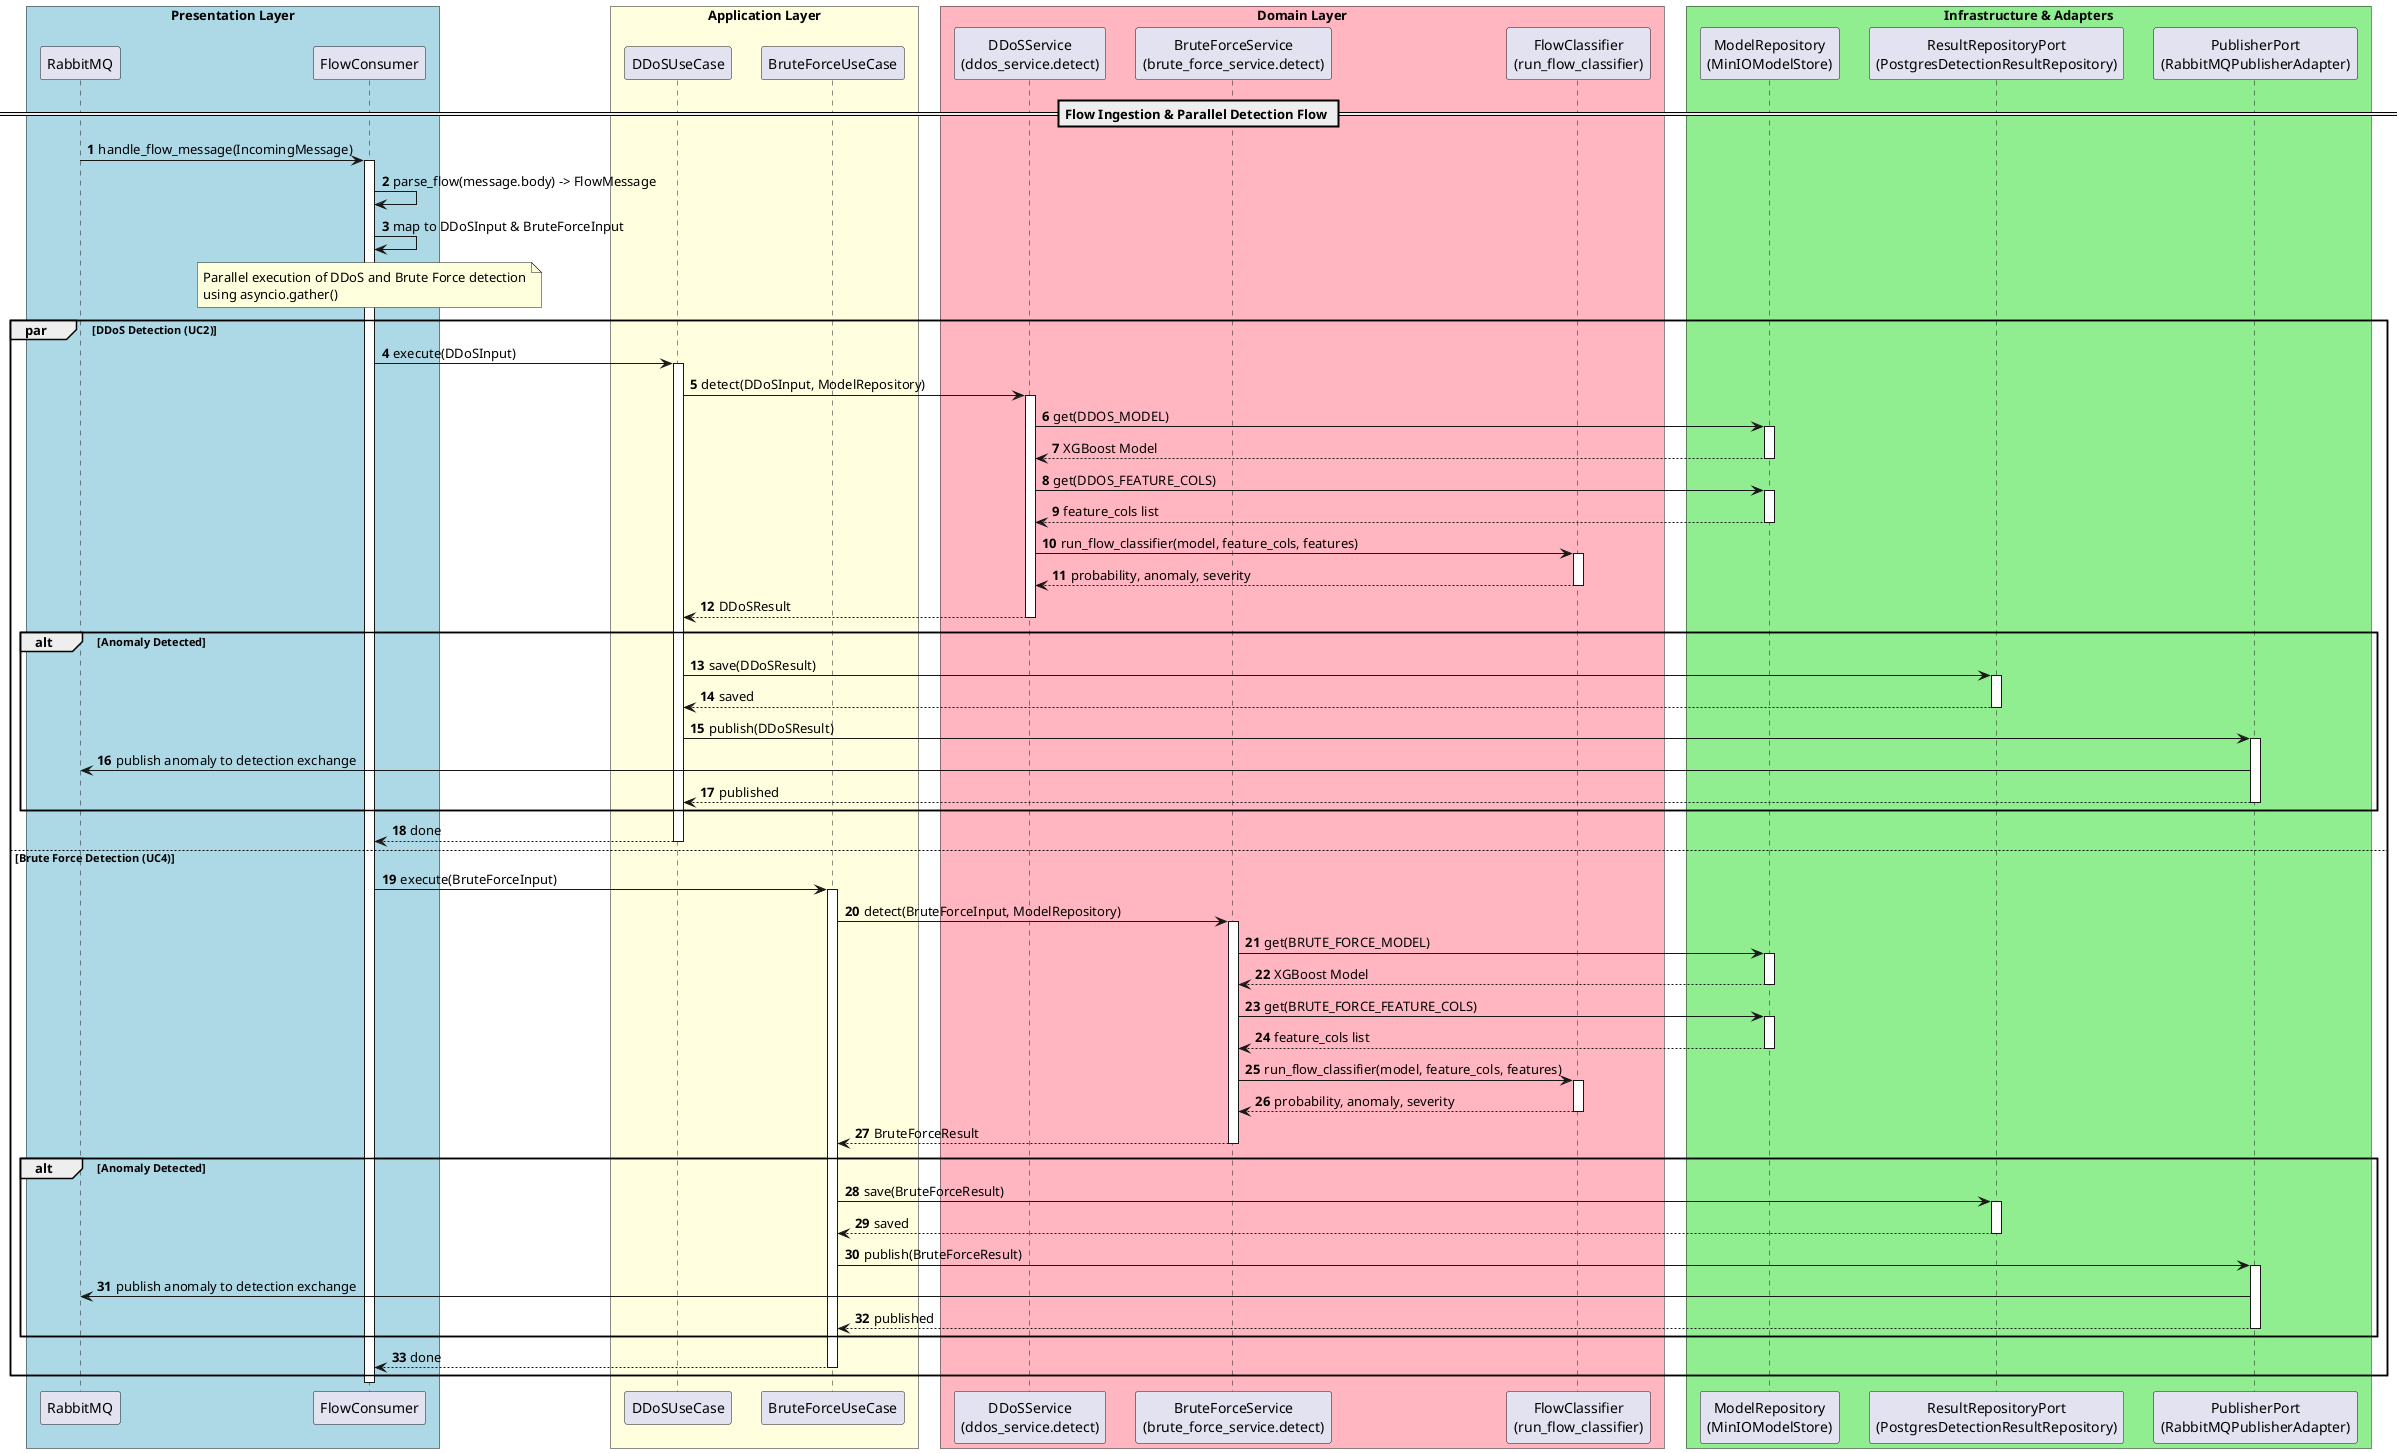
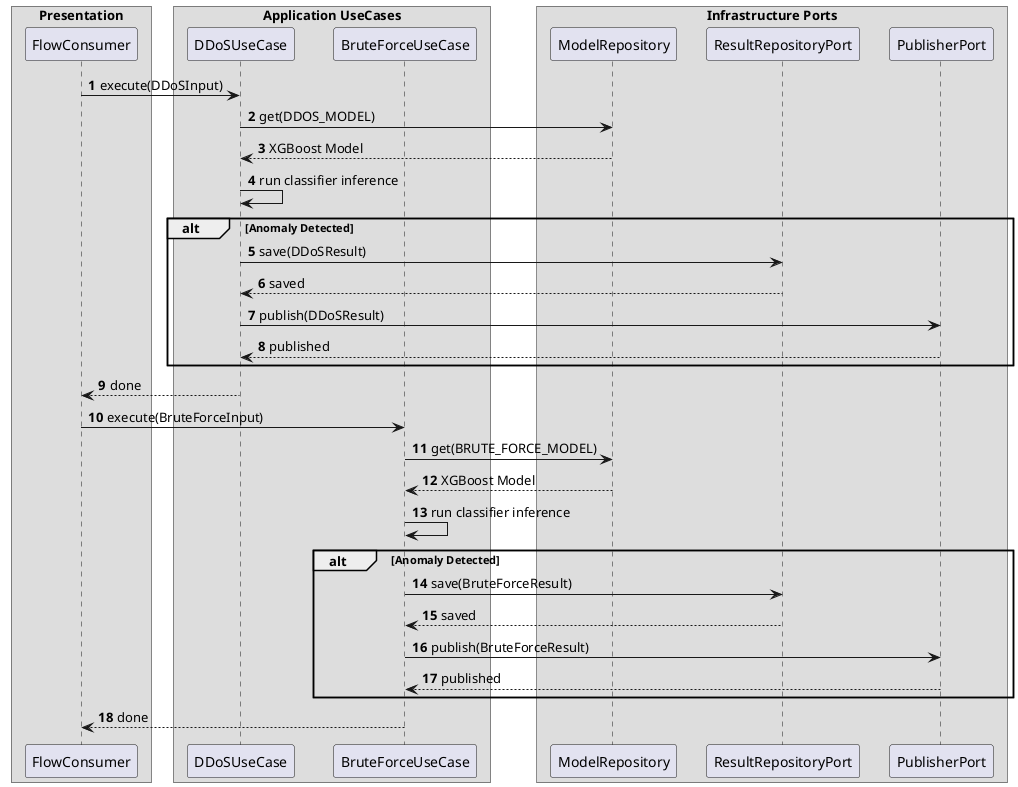
@startuml sequence-network-flow-uc2-uc4
autonumber
skinparam BoxPadding 10
skinparam ParticipantPadding 10

- box "Presentation Layer" #LightBlue
- participant "RabbitMQ" as MQ
+ box "Presentation"
participant "FlowConsumer" as Consumer
end box

- box "Application Layer" #LightYellow
+ box "Application UseCases"
participant "DDoSUseCase" as DDoS_UC
participant "BruteForceUseCase" as BF_UC
end box

- box "Domain Layer" #LightPink
- participant "DDoSService\n(ddos_service.detect)" as DDoS_Svc
- participant "BruteForceService\n(brute_force_service.detect)" as BF_Svc
- participant "FlowClassifier\n(run_flow_classifier)" as Classifier
+ box "Infrastructure Ports"
+ participant "ModelRepository" as ModelStore
+ participant "ResultRepositoryPort" as ResultRepo
+ participant "PublisherPort" as Publisher
end box

- box "Infrastructure & Adapters" #LightGreen
- participant "ModelRepository\n(MinIOModelStore)" as ModelStore
- participant "ResultRepositoryPort\n(PostgresDetectionResultRepository)" as ResultRepo
- participant "PublisherPort\n(RabbitMQPublisherAdapter)" as Publisher
- end box
+ Consumer -> DDoS_UC : execute(DDoSInput)
+ DDoS_UC -> ModelStore : get(DDOS_MODEL)
+ ModelStore --> DDoS_UC : XGBoost Model
+ DDoS_UC -> DDoS_UC : run classifier inference
+ alt Anomaly Detected
+     DDoS_UC -> ResultRepo : save(DDoSResult)
+     ResultRepo --> DDoS_UC : saved
+     DDoS_UC -> Publisher : publish(DDoSResult)
+     Publisher --> DDoS_UC : published
+ end
+ DDoS_UC --> Consumer : done

- == Flow Ingestion & Parallel Detection Flow ==
- 
- MQ -> Consumer : handle_flow_message(IncomingMessage)
- activate Consumer
- Consumer -> Consumer : parse_flow(message.body) -> FlowMessage
- Consumer -> Consumer : map to DDoSInput & BruteForceInput
- 
- note over Consumer
-   Parallel execution of DDoS and Brute Force detection
-   using asyncio.gather()
- end note
- 
- par DDoS Detection (UC2)
-     Consumer -> DDoS_UC : execute(DDoSInput)
-     activate DDoS_UC
- 
-     DDoS_UC -> DDoS_Svc : detect(DDoSInput, ModelRepository)
-     activate DDoS_Svc
- 
-     DDoS_Svc -> ModelStore : get(DDOS_MODEL)
-     activate ModelStore
-     ModelStore --> DDoS_Svc : XGBoost Model
-     deactivate ModelStore
- 
-     DDoS_Svc -> ModelStore : get(DDOS_FEATURE_COLS)
-     activate ModelStore
-     ModelStore --> DDoS_Svc : feature_cols list
-     deactivate ModelStore
- 
-     DDoS_Svc -> Classifier : run_flow_classifier(model, feature_cols, features)
-     activate Classifier
-     Classifier --> DDoS_Svc : probability, anomaly, severity
-     deactivate Classifier
- 
-     DDoS_Svc --> DDoS_UC : DDoSResult
-     deactivate DDoS_Svc
- 
-     alt Anomaly Detected
-         DDoS_UC -> ResultRepo : save(DDoSResult)
-         activate ResultRepo
-         ResultRepo --> DDoS_UC : saved
-         deactivate ResultRepo
- 
-         DDoS_UC -> Publisher : publish(DDoSResult)
-         activate Publisher
-         Publisher -> MQ : publish anomaly to detection exchange
-         Publisher --> DDoS_UC : published
-         deactivate Publisher
-     end
-     DDoS_UC --> Consumer : done
-     deactivate DDoS_UC
- 
- else Brute Force Detection (UC4)
-     Consumer -> BF_UC : execute(BruteForceInput)
-     activate BF_UC
- 
-     BF_UC -> BF_Svc : detect(BruteForceInput, ModelRepository)
-     activate BF_Svc
- 
-     BF_Svc -> ModelStore : get(BRUTE_FORCE_MODEL)
-     activate ModelStore
-     ModelStore --> BF_Svc : XGBoost Model
-     deactivate ModelStore
- 
-     BF_Svc -> ModelStore : get(BRUTE_FORCE_FEATURE_COLS)
-     activate ModelStore
-     ModelStore --> BF_Svc : feature_cols list
-     deactivate ModelStore
- 
-     BF_Svc -> Classifier : run_flow_classifier(model, feature_cols, features)
-     activate Classifier
-     Classifier --> BF_Svc : probability, anomaly, severity
-     deactivate Classifier
- 
-     BF_Svc --> BF_UC : BruteForceResult
-     deactivate BF_Svc
- 
-     alt Anomaly Detected
-         BF_UC -> ResultRepo : save(BruteForceResult)
-         activate ResultRepo
-         ResultRepo --> BF_UC : saved
-         deactivate ResultRepo
- 
-         BF_UC -> Publisher : publish(BruteForceResult)
-         activate Publisher
-         Publisher -> MQ : publish anomaly to detection exchange
-         Publisher --> BF_UC : published
-         deactivate Publisher
-     end
-     BF_UC --> Consumer : done
-     deactivate BF_UC
+ Consumer -> BF_UC : execute(BruteForceInput)
+ BF_UC -> ModelStore : get(BRUTE_FORCE_MODEL)
+ ModelStore --> BF_UC : XGBoost Model
+ BF_UC -> BF_UC : run classifier inference
+ alt Anomaly Detected
+     BF_UC -> ResultRepo : save(BruteForceResult)
+     ResultRepo --> BF_UC : saved
+     BF_UC -> Publisher : publish(BruteForceResult)
+     Publisher --> BF_UC : published
end
- 
- deactivate Consumer
+ BF_UC --> Consumer : done

@enduml
